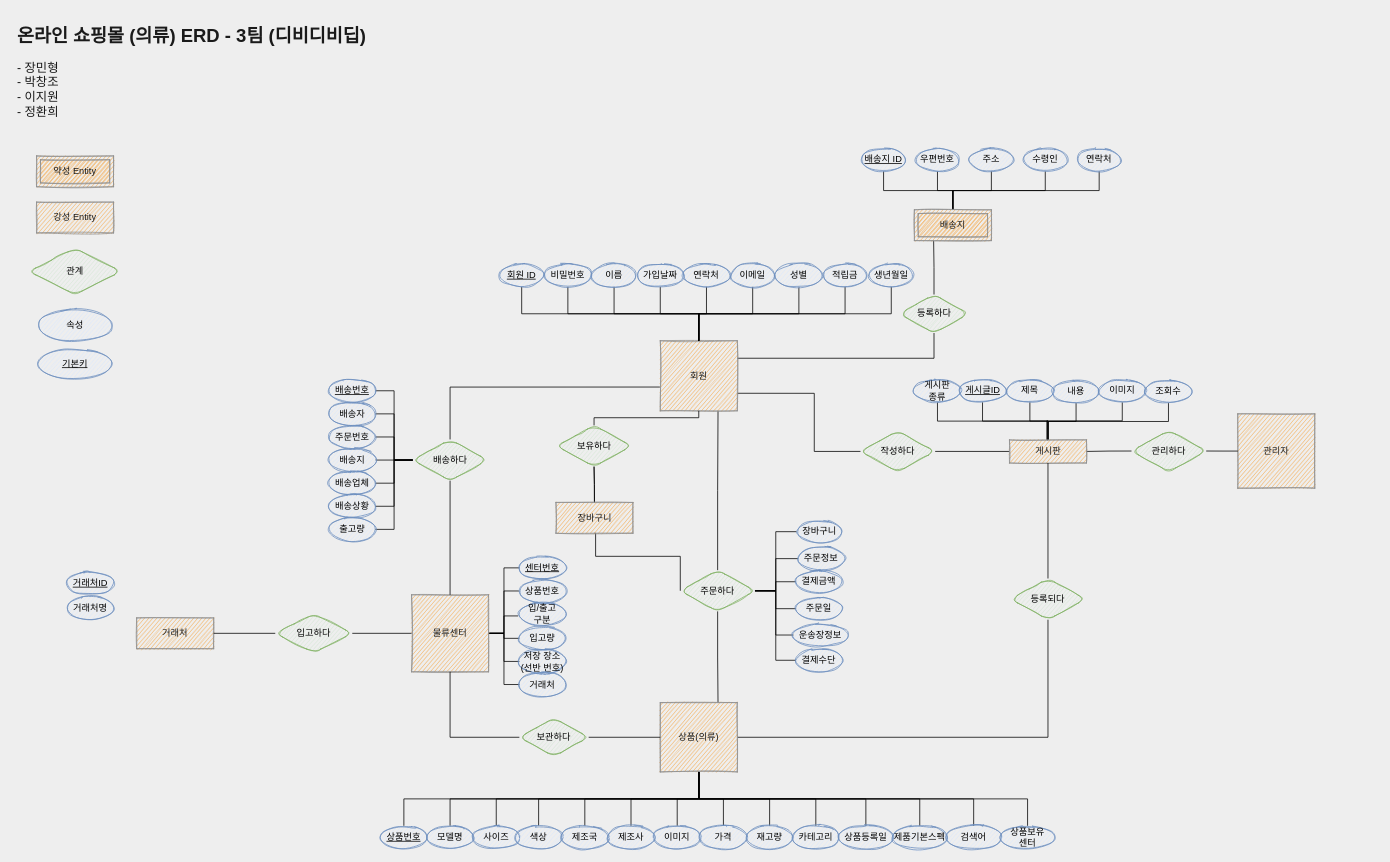
This is page "새로만든ER" (3 of 4) of Untitled Diagram.drawio from pcjo1202/DataBase-design, a draw.io file, before an edit. Source tidied: cells renumbered, new cells numbered last; positions are measured from the earlier drawing's top-left corner, leaving out a move shared by most shapes. Both pictures are drawn from the tidied source at 77%, with x=0, y=0 at pixel (13, 21).
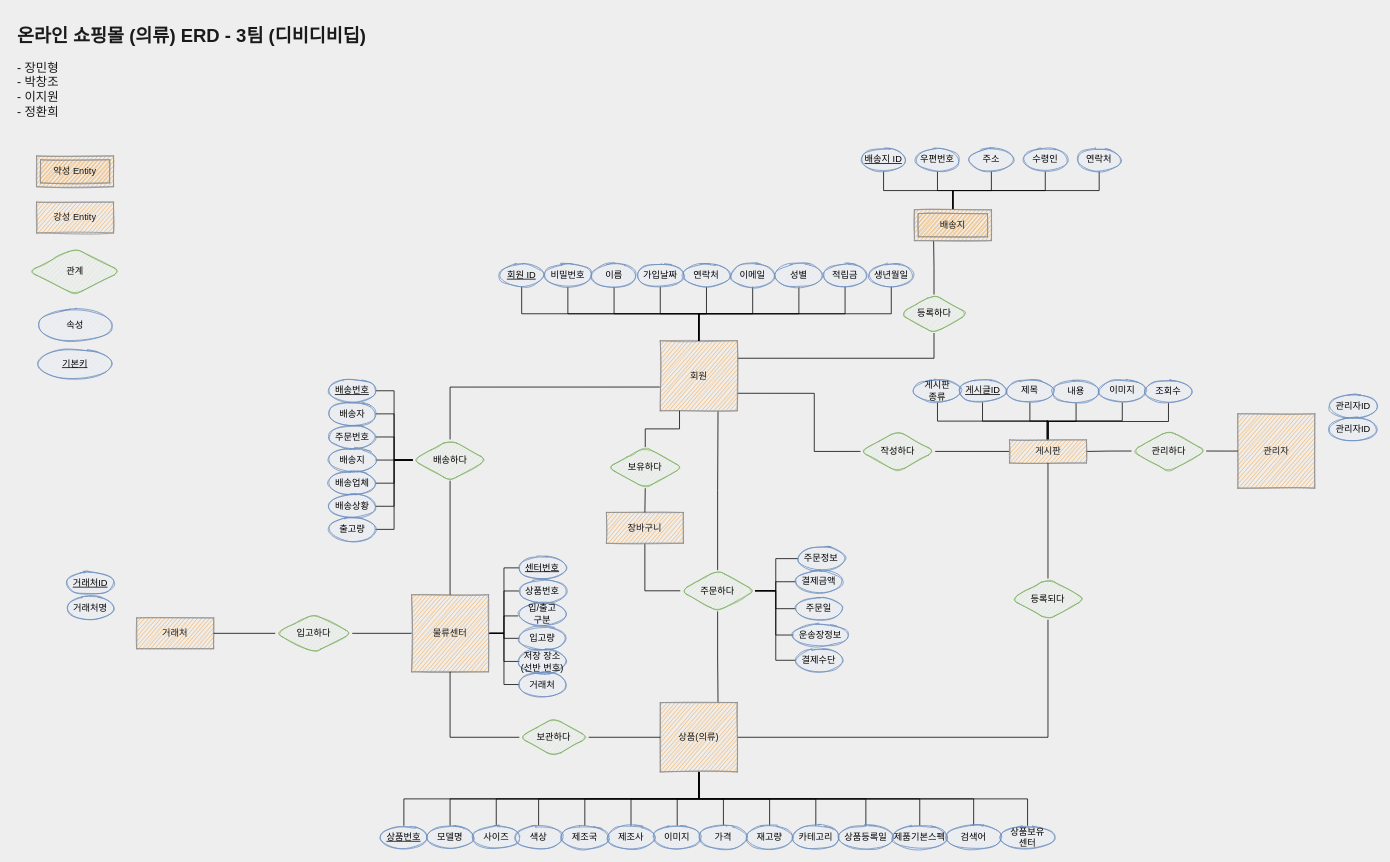
Above is the later version.

Unchanged cells that the change refers to:
```xml
<mxCell id="12" value="주문하다" style="shape=rhombus;perimeter=rhombusPerimeter;whiteSpace=wrap;html=1;align=center;fillColor=#d5e8d4;strokeColor=#82b366;sketch=1;rounded=1;" parent="1" vertex="1">
  <mxGeometry x="866" y="713" width="97" height="53.5" as="geometry" />
</mxCell>
<mxCell id="29" value="회원" style="whiteSpace=wrap;html=1;align=center;rounded=0;sketch=1;fontColor=#1A1A1A;strokeColor=#909090;fillColor=#F5AB50;" parent="1" vertex="1">
  <mxGeometry x="840" y="415" width="100" height="91" as="geometry" />
</mxCell>
```

What changed in the source:
```diff
@@
-    <mxCell id="3" style="edgeStyle=orthogonalEdgeStyle;jettySize=auto;html=1;exitX=0;exitY=0.5;exitDx=0;exitDy=0;entryX=0.5;entryY=1;entryDx=0;entryDy=0;endArrow=none;endFill=0;rounded=0;" parent="1" edge="1" source="12" target="136">
-      <mxGeometry relative="1" as="geometry">
-        <Array as="points">
-          <mxPoint x="866" y="695" />
-          <mxPoint x="756" y="695" />
-        </Array>
-      </mxGeometry>
-    </mxCell>
-    <mxCell id="4" style="edgeStyle=orthogonalEdgeStyle;jettySize=auto;html=1;exitX=1;exitY=0.5;exitDx=0;exitDy=0;entryX=0;entryY=0.5;entryDx=0;entryDy=0;endArrow=none;endFill=0;rounded=0;" parent="1" edge="1" source="12" target="91">
-      <mxGeometry relative="1" as="geometry" />
-    </mxCell>
@@
+    <mxCell id="3" style="edgeStyle=orthogonalEdgeStyle;rounded=0;jettySize=auto;html=1;exitX=0;exitY=0.5;exitDx=0;exitDy=0;entryX=0.5;entryY=1;entryDx=0;entryDy=0;endArrow=none;endFill=0;" parent="1" edge="1" source="12" target="136">
+      <mxGeometry relative="1" as="geometry" />
+    </mxCell>
@@
-    <mxCell id="91" value="장바구니" style="ellipse;whiteSpace=wrap;html=1;align=center;rounded=0;sketch=1;strokeColor=#6c8ebf;fillColor=#dae8fc;" parent="1" vertex="1">
-      <mxGeometry x="1017" y="648" width="60" height="30" as="geometry" />
-    </mxCell>
@@
-    <mxCell id="134" style="edgeStyle=orthogonalEdgeStyle;curved=1;jettySize=auto;html=1;exitX=0.5;exitY=0;exitDx=0;exitDy=0;entryX=0.5;entryY=1;entryDx=0;entryDy=0;endArrow=none;endFill=0;" parent="1" edge="1" source="136" target="138">
-      <mxGeometry relative="1" as="geometry" />
-    </mxCell>
-    <mxCell id="135" style="edgeStyle=orthogonalEdgeStyle;rounded=0;jettySize=auto;html=1;endArrow=none;endFill=0;" parent="1" edge="1" source="136" target="138">
-      <mxGeometry relative="1" as="geometry" />
-    </mxCell>
     <mxCell id="136" value="장바구니" style="whiteSpace=wrap;html=1;align=center;rounded=0;sketch=1;fontColor=#1A1A1A;strokeColor=#909090;fillColor=#F5AB50;" parent="1" vertex="1">
-      <mxGeometry x="704.5" y="625" width="100" height="40" as="geometry" />
+      <mxGeometry x="770" y="638" width="100" height="40" as="geometry" />
     </mxCell>
+    <mxCell id="155" style="edgeStyle=orthogonalEdgeStyle;rounded=0;jettySize=auto;html=1;exitX=0.5;exitY=1;exitDx=0;exitDy=0;entryX=0.5;entryY=0;entryDx=0;entryDy=0;endArrow=none;endFill=0;" parent="1" edge="1" source="138" target="136">
+      <mxGeometry relative="1" as="geometry" />
+    </mxCell>
-    <mxCell id="137" style="edgeStyle=orthogonalEdgeStyle;jettySize=auto;html=1;exitX=0.5;exitY=0;exitDx=0;exitDy=0;entryX=0.5;entryY=1;entryDx=0;entryDy=0;endArrow=none;endFill=0;rounded=0;" parent="1" edge="1" source="138" target="29">
-      <mxGeometry relative="1" as="geometry">
-        <Array as="points">
-          <mxPoint x="754" y="515" />
-          <mxPoint x="890" y="515" />
-        </Array>
-      </mxGeometry>
+    <mxCell id="137" style="edgeStyle=orthogonalEdgeStyle;rounded=0;jettySize=auto;html=1;exitX=0.5;exitY=0;exitDx=0;exitDy=0;entryX=0.25;entryY=1;entryDx=0;entryDy=0;endArrow=none;endFill=0;" parent="1" edge="1" source="138" target="29">
+      <mxGeometry relative="1" as="geometry" />
     </mxCell>
     <mxCell id="138" value="보유하다" style="shape=rhombus;perimeter=rhombusPerimeter;whiteSpace=wrap;html=1;align=center;fillColor=#d5e8d4;strokeColor=#82b366;sketch=1;rounded=1;" parent="1" vertex="1">
-      <mxGeometry x="705.5" y="525" width="97" height="53.5" as="geometry" />
+      <mxGeometry x="772" y="553" width="97" height="53.5" as="geometry" />
     </mxCell>
@@
+    <mxCell id="156" value="관리자ID" style="ellipse;whiteSpace=wrap;html=1;align=center;rounded=0;sketch=1;strokeColor=#6c8ebf;fillColor=#dae8fc;" parent="1" vertex="1">
+      <mxGeometry x="1710" y="485" width="60" height="30" as="geometry" />
+    </mxCell>
+    <mxCell id="157" value="관리자ID" style="ellipse;whiteSpace=wrap;html=1;align=center;rounded=0;sketch=1;strokeColor=#6c8ebf;fillColor=#dae8fc;" parent="1" vertex="1">
+      <mxGeometry x="1710" y="515" width="60" height="30" as="geometry" />
+    </mxCell>
```
